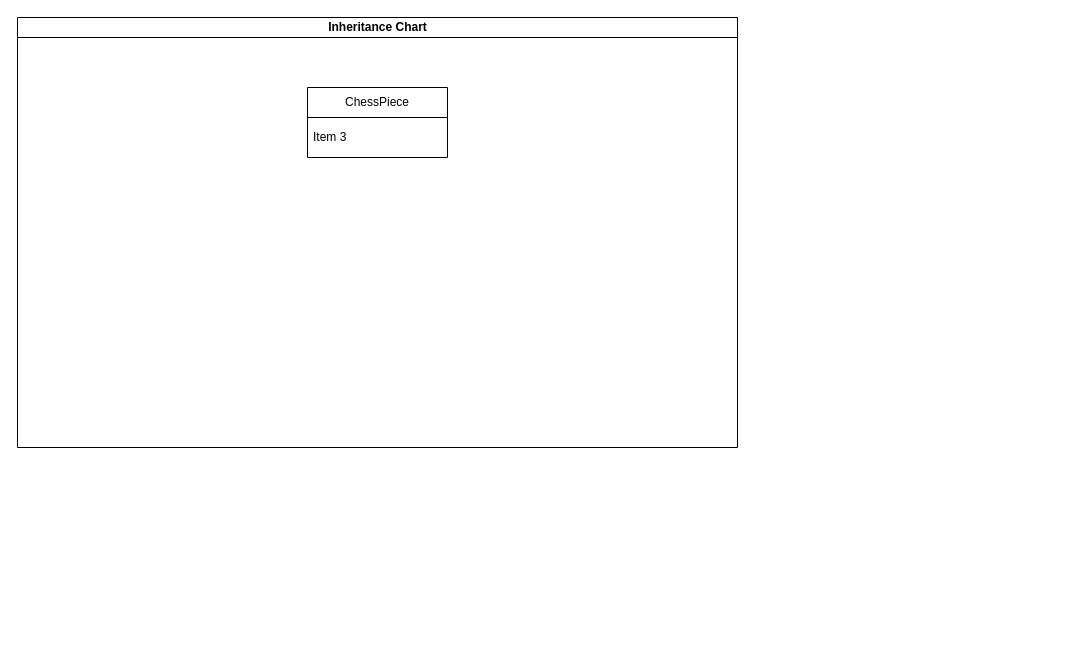
Before: src/ChessInheritance/Untitled Diagram.drawio in TylerLeCmd/CPP2, a draw.io diagram. Source tidied: cells renumbered, new cells numbered last; positions are measured from the earlier drawing's top-left corner, leaving out a move shared by most shapes. Both pictures are drawn from the tidied source at 100%, with x=0, y=0 at pixel (17, 17).
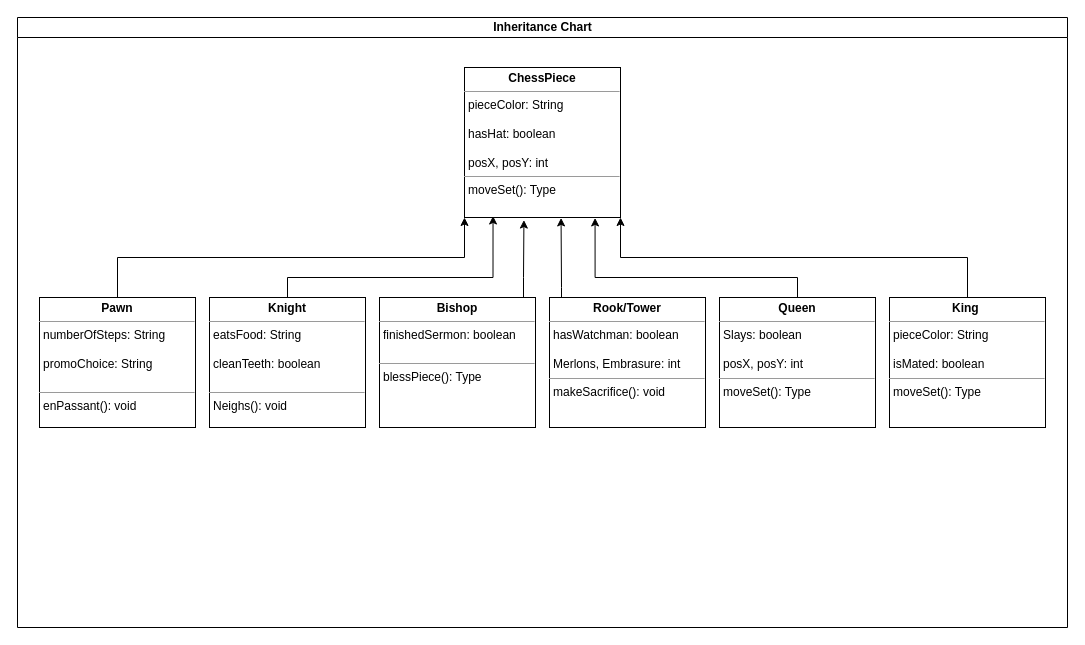
After the change.

Diff of the diagram source:
```diff
@@
     <mxCell id="2" value="Inheritance Chart" style="swimlane;html=1;startSize=20;horizontal=1;containerType=tree;glass=0;" parent="1" vertex="1">
-      <mxGeometry width="720" height="430" as="geometry" />
+      <mxGeometry width="1050" height="610" as="geometry" />
     </mxCell>
-    <mxCell id="3" value="ChessPiece" style="swimlane;fontStyle=0;horizontal=1;startSize=30;whiteSpace=wrap;html=1;" parent="2" vertex="1">
-      <mxGeometry x="290" y="70" width="140" height="70" as="geometry" />
-    </mxCell>
-    <mxCell id="4" value="Item 3" style="text;strokeColor=none;fillColor=none;align=left;verticalAlign=middle;spacingLeft=4;spacingRight=4;overflow=hidden;whiteSpace=wrap;html=1;" parent="3" vertex="1">
-      <mxGeometry y="30" width="140" height="40" as="geometry" />
-    </mxCell>
+    <mxCell id="5" value="&lt;p style=&quot;margin:0px;margin-top:4px;text-align:center;&quot;&gt;&lt;b&gt;ChessPiece&lt;/b&gt;&lt;/p&gt;&lt;hr size=&quot;1&quot;&gt;&lt;p style=&quot;margin:0px;margin-left:4px;&quot;&gt;&lt;span style=&quot;background-color: initial;&quot;&gt;pieceColor: String&lt;/span&gt;&lt;br&gt;&lt;/p&gt;&lt;p style=&quot;margin:0px;margin-left:4px;&quot;&gt;&lt;br&gt;&lt;/p&gt;&lt;p style=&quot;margin:0px;margin-left:4px;&quot;&gt;hasHat: boolean&lt;/p&gt;&lt;p style=&quot;margin:0px;margin-left:4px;&quot;&gt;&lt;br&gt;&lt;/p&gt;&lt;p style=&quot;margin:0px;margin-left:4px;&quot;&gt;posX, posY: int&lt;/p&gt;&lt;hr size=&quot;1&quot;&gt;&lt;p style=&quot;margin:0px;margin-left:4px;&quot;&gt;moveSet(): Type&lt;/p&gt;" style="verticalAlign=top;align=left;overflow=fill;fontSize=12;fontFamily=Helvetica;html=1;whiteSpace=wrap;" parent="2" vertex="1">
+      <mxGeometry x="447" y="50" width="156" height="150" as="geometry" />
+    </mxCell>
+    <mxCell id="6" style="edgeStyle=orthogonalEdgeStyle;rounded=0;jettySize=auto;html=1;entryX=0;entryY=1;entryDx=0;entryDy=0;" parent="2" edge="1" source="7" target="5">
+      <mxGeometry relative="1" as="geometry">
+        <Array as="points">
+          <mxPoint x="100" y="240" />
+          <mxPoint x="447" y="240" />
+        </Array>
+      </mxGeometry>
+    </mxCell>
+    <mxCell id="7" value="&lt;p style=&quot;margin:0px;margin-top:4px;text-align:center;&quot;&gt;&lt;b&gt;Pawn&lt;/b&gt;&lt;/p&gt;&lt;hr size=&quot;1&quot;&gt;&lt;p style=&quot;margin:0px;margin-left:4px;&quot;&gt;&lt;span style=&quot;background-color: initial;&quot;&gt;numberOfSteps: String&lt;/span&gt;&lt;br&gt;&lt;/p&gt;&lt;p style=&quot;margin:0px;margin-left:4px;&quot;&gt;&lt;br&gt;&lt;/p&gt;&lt;p style=&quot;margin:0px;margin-left:4px;&quot;&gt;promoChoice: String&lt;/p&gt;&lt;p style=&quot;margin:0px;margin-left:4px;&quot;&gt;&lt;br&gt;&lt;/p&gt;&lt;hr size=&quot;1&quot;&gt;&lt;p style=&quot;margin:0px;margin-left:4px;&quot;&gt;enPassant(): void&lt;/p&gt;" style="verticalAlign=top;align=left;overflow=fill;fontSize=12;fontFamily=Helvetica;html=1;whiteSpace=wrap;" parent="2" vertex="1">
+      <mxGeometry x="22" y="280" width="156" height="130" as="geometry" />
+    </mxCell>
+    <mxCell id="8" value="&lt;p style=&quot;margin:0px;margin-top:4px;text-align:center;&quot;&gt;&lt;b&gt;Knight&lt;/b&gt;&lt;/p&gt;&lt;hr size=&quot;1&quot;&gt;&lt;p style=&quot;margin:0px;margin-left:4px;&quot;&gt;&lt;span style=&quot;background-color: initial;&quot;&gt;eatsFood: String&lt;/span&gt;&lt;br&gt;&lt;/p&gt;&lt;p style=&quot;margin:0px;margin-left:4px;&quot;&gt;&lt;br&gt;&lt;/p&gt;&lt;p style=&quot;margin:0px;margin-left:4px;&quot;&gt;cleanTeeth: boolean&lt;br&gt;&lt;/p&gt;&lt;p style=&quot;margin:0px;margin-left:4px;&quot;&gt;&lt;br&gt;&lt;/p&gt;&lt;hr size=&quot;1&quot;&gt;&lt;p style=&quot;margin:0px;margin-left:4px;&quot;&gt;Neighs(): void&lt;/p&gt;" style="verticalAlign=top;align=left;overflow=fill;fontSize=12;fontFamily=Helvetica;html=1;whiteSpace=wrap;" parent="2" vertex="1">
+      <mxGeometry x="192" y="280" width="156" height="130" as="geometry" />
+    </mxCell>
+    <mxCell id="9" value="&lt;p style=&quot;margin:0px;margin-top:4px;text-align:center;&quot;&gt;&lt;b&gt;Bishop&lt;/b&gt;&lt;/p&gt;&lt;hr size=&quot;1&quot;&gt;&lt;p style=&quot;margin:0px;margin-left:4px;&quot;&gt;&lt;span style=&quot;background-color: initial;&quot;&gt;finishedSermon: boolean&lt;/span&gt;&lt;br&gt;&lt;/p&gt;&lt;p style=&quot;margin:0px;margin-left:4px;&quot;&gt;&lt;br&gt;&lt;/p&gt;&lt;hr size=&quot;1&quot;&gt;&lt;p style=&quot;margin:0px;margin-left:4px;&quot;&gt;blessPiece(): Type&lt;/p&gt;" style="verticalAlign=top;align=left;overflow=fill;fontSize=12;fontFamily=Helvetica;html=1;whiteSpace=wrap;" parent="2" vertex="1">
+      <mxGeometry x="362" y="280" width="156" height="130" as="geometry" />
+    </mxCell>
+    <mxCell id="10" value="&lt;p style=&quot;margin:0px;margin-top:4px;text-align:center;&quot;&gt;&lt;b&gt;Rook/Tower&lt;/b&gt;&lt;/p&gt;&lt;hr size=&quot;1&quot;&gt;&lt;p style=&quot;margin:0px;margin-left:4px;&quot;&gt;&lt;span style=&quot;background-color: initial;&quot;&gt;hasWatchman: boolean&lt;/span&gt;&lt;br&gt;&lt;/p&gt;&lt;p style=&quot;margin:0px;margin-left:4px;&quot;&gt;&lt;br&gt;&lt;/p&gt;&lt;p style=&quot;margin:0px;margin-left:4px;&quot;&gt;Merlons, Embrasure: int&lt;/p&gt;&lt;hr size=&quot;1&quot;&gt;&lt;p style=&quot;margin:0px;margin-left:4px;&quot;&gt;makeSacrifice(): void&lt;/p&gt;" style="verticalAlign=top;align=left;overflow=fill;fontSize=12;fontFamily=Helvetica;html=1;whiteSpace=wrap;" parent="2" vertex="1">
+      <mxGeometry x="532" y="280" width="156" height="130" as="geometry" />
+    </mxCell>
+    <mxCell id="11" value="&lt;p style=&quot;margin:0px;margin-top:4px;text-align:center;&quot;&gt;&lt;b&gt;Queen&lt;/b&gt;&lt;/p&gt;&lt;hr size=&quot;1&quot;&gt;&lt;p style=&quot;margin:0px;margin-left:4px;&quot;&gt;&lt;span style=&quot;background-color: initial;&quot;&gt;Slays: boolean&lt;/span&gt;&lt;br&gt;&lt;/p&gt;&lt;p style=&quot;margin:0px;margin-left:4px;&quot;&gt;&lt;br&gt;&lt;/p&gt;&lt;p style=&quot;margin:0px;margin-left:4px;&quot;&gt;posX, posY: int&lt;/p&gt;&lt;hr size=&quot;1&quot;&gt;&lt;p style=&quot;margin:0px;margin-left:4px;&quot;&gt;moveSet(): Type&lt;/p&gt;" style="verticalAlign=top;align=left;overflow=fill;fontSize=12;fontFamily=Helvetica;html=1;whiteSpace=wrap;" parent="2" vertex="1">
+      <mxGeometry x="702" y="280" width="156" height="130" as="geometry" />
+    </mxCell>
+    <mxCell id="12" style="edgeStyle=orthogonalEdgeStyle;rounded=0;jettySize=auto;html=1;entryX=1;entryY=1;entryDx=0;entryDy=0;" parent="2" edge="1" source="13" target="5">
+      <mxGeometry relative="1" as="geometry">
+        <Array as="points">
+          <mxPoint x="950" y="240" />
+          <mxPoint x="603" y="240" />
+        </Array>
+      </mxGeometry>
+    </mxCell>
+    <mxCell id="13" value="&lt;p style=&quot;margin:0px;margin-top:4px;text-align:center;&quot;&gt;&lt;b&gt;King&amp;nbsp;&lt;/b&gt;&lt;/p&gt;&lt;hr size=&quot;1&quot;&gt;&lt;p style=&quot;margin:0px;margin-left:4px;&quot;&gt;&lt;span style=&quot;background-color: initial;&quot;&gt;pieceColor: String&lt;/span&gt;&lt;br&gt;&lt;/p&gt;&lt;p style=&quot;margin:0px;margin-left:4px;&quot;&gt;&lt;br&gt;&lt;/p&gt;&lt;p style=&quot;margin:0px;margin-left:4px;&quot;&gt;isMated: boolean&lt;/p&gt;&lt;hr size=&quot;1&quot;&gt;&lt;p style=&quot;margin:0px;margin-left:4px;&quot;&gt;moveSet(): Type&lt;/p&gt;" style="verticalAlign=top;align=left;overflow=fill;fontSize=12;fontFamily=Helvetica;html=1;whiteSpace=wrap;" parent="2" vertex="1">
+      <mxGeometry x="872" y="280" width="156" height="130" as="geometry" />
+    </mxCell>
+    <mxCell id="14" style="edgeStyle=orthogonalEdgeStyle;rounded=0;jettySize=auto;html=1;entryX=0.183;entryY=0.99;entryDx=0;entryDy=0;entryPerimeter=0;" parent="2" edge="1" source="8" target="5">
+      <mxGeometry relative="1" as="geometry">
+        <Array as="points">
+          <mxPoint x="270" y="260" />
+          <mxPoint x="476" y="260" />
+        </Array>
+      </mxGeometry>
+    </mxCell>
+    <mxCell id="15" style="edgeStyle=orthogonalEdgeStyle;rounded=0;jettySize=auto;html=1;entryX=0.381;entryY=1.017;entryDx=0;entryDy=0;entryPerimeter=0;" parent="2" edge="1" source="9" target="5">
+      <mxGeometry relative="1" as="geometry">
+        <Array as="points">
+          <mxPoint x="506" y="260" />
+          <mxPoint x="506" y="260" />
+        </Array>
+      </mxGeometry>
+    </mxCell>
+    <mxCell id="16" style="edgeStyle=orthogonalEdgeStyle;rounded=0;jettySize=auto;html=1;entryX=0.619;entryY=1.003;entryDx=0;entryDy=0;entryPerimeter=0;" parent="2" edge="1" source="10" target="5">
+      <mxGeometry relative="1" as="geometry">
+        <Array as="points">
+          <mxPoint x="544" y="270" />
+          <mxPoint x="544" y="270" />
+        </Array>
+      </mxGeometry>
+    </mxCell>
+    <mxCell id="17" style="edgeStyle=orthogonalEdgeStyle;rounded=0;jettySize=auto;html=1;entryX=0.837;entryY=1.003;entryDx=0;entryDy=0;entryPerimeter=0;" parent="2" edge="1" source="11" target="5">
+      <mxGeometry relative="1" as="geometry">
+        <Array as="points">
+          <mxPoint x="780" y="260" />
+          <mxPoint x="578" y="260" />
+        </Array>
+      </mxGeometry>
+    </mxCell>
+    <mxCell id="18" style="edgeStyle=orthogonalEdgeStyle;rounded=0;orthogonalLoop=1;jettySize=auto;html=1;exitX=0.5;exitY=1;exitDx=0;exitDy=0;" parent="2" edge="1" source="7" target="7">
+      <mxGeometry relative="1" as="geometry" />
+    </mxCell>
```
